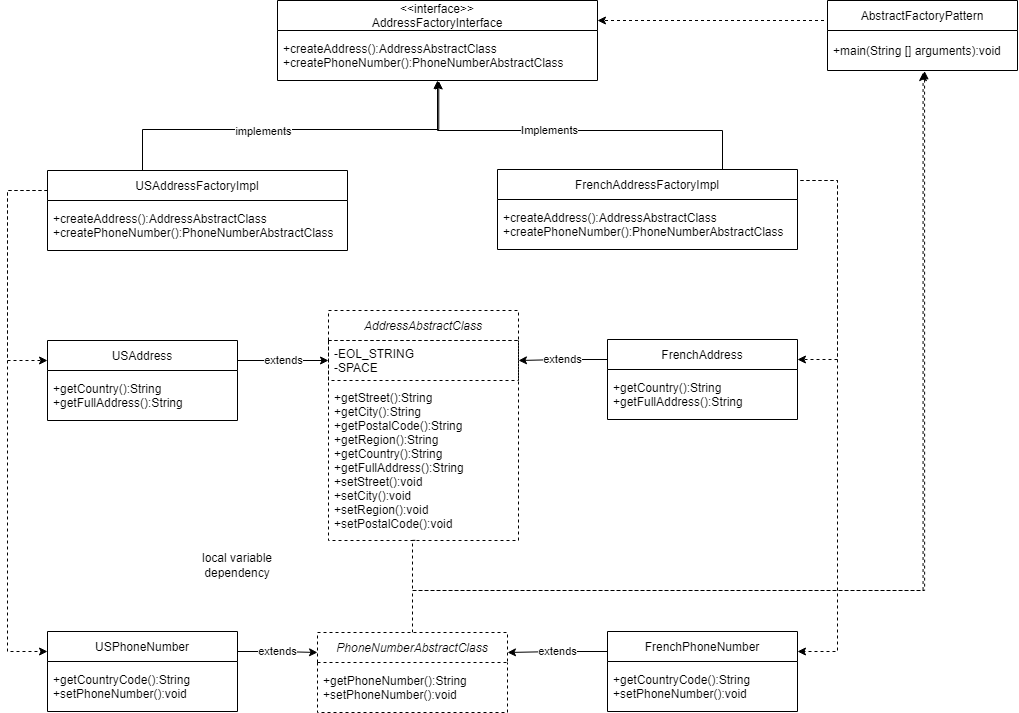
Earlier version of the draw.io export Tut02/Tut02Sect01/Tut02-Sect01-AbstractFactory-ClassDiagram.png (azharraha/2022-MMU-LLD-Tutorials). Source tidied: cells renumbered, new cells last; positions are measured from the earlier drawing's top-left corner, leaving out a move shared by most shapes.
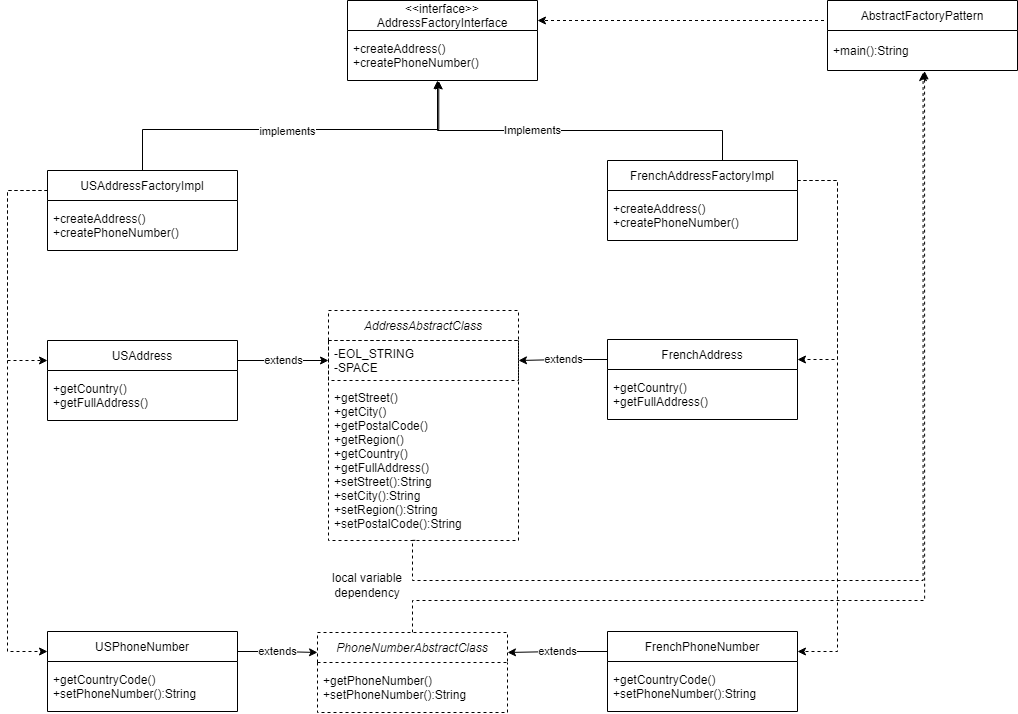
Above is the later version.

What changed in the source:
```diff
@@ -33,10 +33,10 @@
       </mxGeometry>
     </mxCell>
     <mxCell id="6" value="USAddressFactoryImpl" style="swimlane;fontStyle=0;horizontal=1;startSize=30;" parent="1" vertex="1">
-      <mxGeometry x="40" y="170" width="300" height="80" as="geometry" />
+      <mxGeometry x="40" y="170" width="190" height="80" as="geometry" />
     </mxCell>
-    <mxCell id="7" value="+createAddress():AddressAbstractClass&#10;+createPhoneNumber():PhoneNumberAbstractClass" style="text;strokeColor=none;fillColor=none;align=left;verticalAlign=middle;spacingLeft=4;spacingRight=4;overflow=hidden;" parent="6" vertex="1">
-      <mxGeometry y="30" width="300" height="50" as="geometry" />
+    <mxCell id="7" value="+createAddress()&#10;+createPhoneNumber()" style="text;strokeColor=none;fillColor=none;align=left;verticalAlign=middle;spacingLeft=4;spacingRight=4;overflow=hidden;" parent="6" vertex="1">
+      <mxGeometry y="30" width="190" height="50" as="geometry" />
     </mxCell>
     <mxCell id="8" value="extends" style="edgeStyle=orthogonalEdgeStyle;rounded=0;jettySize=auto;html=1;exitX=1;exitY=0.25;exitDx=0;exitDy=0;entryX=0;entryY=0.5;entryDx=0;entryDy=0;" parent="1" edge="1" source="9" target="32">
       <mxGeometry relative="1" as="geometry" />
@@ -44,17 +44,17 @@
     <mxCell id="9" value="USAddress" style="swimlane;fontStyle=0;horizontal=1;startSize=30;" parent="1" vertex="1">
       <mxGeometry x="40" y="340" width="190" height="80" as="geometry" />
     </mxCell>
-    <mxCell id="10" value="+getCountry():String&#10;+getFullAddress():String" style="text;strokeColor=none;fillColor=none;align=left;verticalAlign=middle;spacingLeft=4;spacingRight=4;overflow=hidden;" parent="9" vertex="1">
+    <mxCell id="10" value="+getCountry()&#10;+getFullAddress()" style="text;strokeColor=none;fillColor=none;align=left;verticalAlign=middle;spacingLeft=4;spacingRight=4;overflow=hidden;" parent="9" vertex="1">
       <mxGeometry y="30" width="190" height="50" as="geometry" />
     </mxCell>
     <mxCell id="11" value="local variable dependency" style="text;html=1;strokeColor=none;fillColor=none;align=center;verticalAlign=middle;whiteSpace=wrap;rounded=0;" parent="1" vertex="1">
-      <mxGeometry x="180" y="550" width="100" height="30" as="geometry" />
+      <mxGeometry x="310" y="570" width="100" height="30" as="geometry" />
     </mxCell>
     <mxCell id="12" value="&lt;&lt;interface&gt;&gt;&#10;AddressFactoryInterface" style="swimlane;fontStyle=0;horizontal=1;startSize=30;" parent="1" vertex="1">
-      <mxGeometry x="270" width="320" height="80" as="geometry" />
+      <mxGeometry x="340" width="190" height="80" as="geometry" />
     </mxCell>
-    <mxCell id="13" value="+createAddress():AddressAbstractClass&#10;+createPhoneNumber():PhoneNumberAbstractClass" style="text;strokeColor=none;fillColor=none;align=left;verticalAlign=middle;spacingLeft=4;spacingRight=4;overflow=hidden;" parent="12" vertex="1">
-      <mxGeometry y="30" width="320" height="50" as="geometry" />
+    <mxCell id="13" value="+createAddress()&#10;+createPhoneNumber()" style="text;strokeColor=none;fillColor=none;align=left;verticalAlign=middle;spacingLeft=4;spacingRight=4;overflow=hidden;" parent="12" vertex="1">
+      <mxGeometry y="30" width="190" height="50" as="geometry" />
     </mxCell>
     <mxCell id="14" style="edgeStyle=orthogonalEdgeStyle;rounded=0;jettySize=auto;html=1;exitX=0.5;exitY=0;exitDx=0;exitDy=0;" parent="1" edge="1" source="18">
       <mxGeometry relative="1" as="geometry">
@@ -87,20 +87,20 @@
       </mxGeometry>
     </mxCell>
     <mxCell id="18" value="FrenchAddressFactoryImpl" style="swimlane;fontStyle=0;horizontal=1;startSize=30;" parent="1" vertex="1">
-      <mxGeometry x="490" y="169" width="300" height="80" as="geometry" />
+      <mxGeometry x="600" y="160" width="190" height="80" as="geometry" />
     </mxCell>
-    <mxCell id="19" value="+createAddress():AddressAbstractClass&#10;+createPhoneNumber():PhoneNumberAbstractClass" style="text;strokeColor=none;fillColor=none;align=left;verticalAlign=middle;spacingLeft=4;spacingRight=4;overflow=hidden;" parent="18" vertex="1">
-      <mxGeometry y="30" width="300" height="50" as="geometry" />
-    </mxCell>
+    <mxCell id="40" value="+createAddress()&#10;+createPhoneNumber()" style="text;strokeColor=none;fillColor=none;align=left;verticalAlign=middle;spacingLeft=4;spacingRight=4;overflow=hidden;" parent="18" vertex="1">
+      <mxGeometry y="30" width="190" height="50" as="geometry" />
+    </mxCell>
     <mxCell id="20" value="extends" style="edgeStyle=orthogonalEdgeStyle;rounded=0;jettySize=auto;html=1;exitX=0;exitY=0.25;exitDx=0;exitDy=0;entryX=1;entryY=0.5;entryDx=0;entryDy=0;" parent="1" edge="1" source="21" target="32">
       <mxGeometry relative="1" as="geometry" />
     </mxCell>
     <mxCell id="21" value="FrenchAddress" style="swimlane;fontStyle=0;horizontal=1;startSize=30;" parent="1" vertex="1">
       <mxGeometry x="600" y="339" width="190" height="80" as="geometry" />
     </mxCell>
-    <mxCell id="22" value="+getCountry():String&#10;+getFullAddress():String" style="text;strokeColor=none;fillColor=none;align=left;verticalAlign=middle;spacingLeft=4;spacingRight=4;overflow=hidden;" parent="21" vertex="1">
-      <mxGeometry y="30" width="190" height="50" as="geometry" />
-    </mxCell>
+    <mxCell id="41" value="+getCountry()&#10;+getFullAddress()" style="text;strokeColor=none;fillColor=none;align=left;verticalAlign=middle;spacingLeft=4;spacingRight=4;overflow=hidden;" parent="21" vertex="1">
+      <mxGeometry y="30" width="190" height="50" as="geometry" />
+    </mxCell>
     <mxCell id="23" style="edgeStyle=orthogonalEdgeStyle;rounded=0;jettySize=auto;html=1;exitX=0;exitY=0.25;exitDx=0;exitDy=0;entryX=1;entryY=0.25;entryDx=0;entryDy=0;" parent="1" edge="1" source="25" target="35">
       <mxGeometry relative="1" as="geometry" />
     </mxCell>
@@ -112,24 +112,24 @@
     <mxCell id="25" value="FrenchPhoneNumber" style="swimlane;fontStyle=0;horizontal=1;startSize=30;" parent="1" vertex="1">
       <mxGeometry x="600" y="631" width="190" height="80" as="geometry" />
     </mxCell>
-    <mxCell id="26" value="+getCountryCode():String&#10;+setPhoneNumber():void" style="text;strokeColor=none;fillColor=none;align=left;verticalAlign=middle;spacingLeft=4;spacingRight=4;overflow=hidden;" parent="25" vertex="1">
-      <mxGeometry y="30" width="190" height="50" as="geometry" />
-    </mxCell>
+    <mxCell id="42" value="+getCountryCode()&#10;+setPhoneNumber():String" style="text;strokeColor=none;fillColor=none;align=left;verticalAlign=middle;spacingLeft=4;spacingRight=4;overflow=hidden;" parent="25" vertex="1">
+      <mxGeometry y="30" width="190" height="50" as="geometry" />
+    </mxCell>
     <mxCell id="27" value="extends" style="edgeStyle=orthogonalEdgeStyle;rounded=0;jettySize=auto;html=1;exitX=1;exitY=0.25;exitDx=0;exitDy=0;entryX=0;entryY=0.25;entryDx=0;entryDy=0;" parent="1" edge="1" source="28" target="35">
       <mxGeometry relative="1" as="geometry" />
     </mxCell>
     <mxCell id="28" value="USPhoneNumber" style="swimlane;fontStyle=0;horizontal=1;startSize=30;" parent="1" vertex="1">
       <mxGeometry x="40" y="631" width="190" height="80" as="geometry" />
     </mxCell>
-    <mxCell id="29" value="+getCountryCode():String&#10;+setPhoneNumber():void" style="text;strokeColor=none;fillColor=none;align=left;verticalAlign=middle;spacingLeft=4;spacingRight=4;overflow=hidden;" parent="28" vertex="1">
+    <mxCell id="29" value="+getCountryCode()&#10;+setPhoneNumber():String" style="text;strokeColor=none;fillColor=none;align=left;verticalAlign=middle;spacingLeft=4;spacingRight=4;overflow=hidden;" parent="28" vertex="1">
       <mxGeometry y="30" width="190" height="50" as="geometry" />
     </mxCell>
     <mxCell id="30" style="edgeStyle=orthogonalEdgeStyle;rounded=0;jettySize=auto;html=1;exitX=0.457;exitY=0.999;exitDx=0;exitDy=0;entryX=0.503;entryY=1.052;entryDx=0;entryDy=0;entryPerimeter=0;dashed=1;exitPerimeter=0;" parent="1" edge="1" source="33" target="39">
       <mxGeometry relative="1" as="geometry">
         <Array as="points">
           <mxPoint x="405" y="540" />
-          <mxPoint x="405" y="590" />
-          <mxPoint x="916" y="590" />
+          <mxPoint x="405" y="580" />
+          <mxPoint x="916" y="580" />
         </Array>
       </mxGeometry>
     </mxCell>
@@ -139,21 +139,21 @@
     <mxCell id="32" value="-EOL_STRING&#10;-SPACE" style="text;strokeColor=default;fillColor=none;align=left;verticalAlign=middle;spacingLeft=4;spacingRight=4;overflow=hidden;points=[[0,0.5],[1,0.5]];portConstraint=eastwest;dashed=1;" parent="31" vertex="1">
       <mxGeometry y="30" width="190" height="40" as="geometry" />
     </mxCell>
-    <mxCell id="33" value="+getStreet():String&#10;+getCity():String&#10;+getPostalCode():String&#10;+getRegion():String&#10;+getCountry():String&#10;+getFullAddress():String&#10;+setStreet():void&#10;+setCity():void&#10;+setRegion():void&#10;+setPostalCode():void" style="text;strokeColor=none;fillColor=none;align=left;verticalAlign=middle;spacingLeft=4;spacingRight=4;overflow=hidden;points=[[0,0.5],[1,0.5]];portConstraint=eastwest;" parent="31" vertex="1">
+    <mxCell id="33" value="+getStreet()&#10;+getCity()&#10;+getPostalCode()&#10;+getRegion()&#10;+getCountry()&#10;+getFullAddress()&#10;+setStreet():String&#10;+setCity():String&#10;+setRegion():String&#10;+setPostalCode():String" style="text;strokeColor=none;fillColor=none;align=left;verticalAlign=middle;spacingLeft=4;spacingRight=4;overflow=hidden;points=[[0,0.5],[1,0.5]];portConstraint=eastwest;" parent="31" vertex="1">
       <mxGeometry y="70" width="190" height="160" as="geometry" />
     </mxCell>
     <mxCell id="34" style="edgeStyle=orthogonalEdgeStyle;rounded=0;jettySize=auto;html=1;exitX=0.5;exitY=0;exitDx=0;exitDy=0;entryX=0.511;entryY=1.013;entryDx=0;entryDy=0;entryPerimeter=0;dashed=1;" parent="1" edge="1" source="35" target="39">
       <mxGeometry relative="1" as="geometry">
         <Array as="points">
-          <mxPoint x="405" y="590" />
-          <mxPoint x="917" y="590" />
+          <mxPoint x="405" y="600" />
+          <mxPoint x="917" y="600" />
         </Array>
       </mxGeometry>
     </mxCell>
     <mxCell id="35" value="PhoneNumberAbstractClass" style="swimlane;fontStyle=2;horizontal=1;startSize=30;strokeColor=default;dashed=1;" parent="1" vertex="1">
       <mxGeometry x="310" y="632" width="190" height="80" as="geometry" />
     </mxCell>
-    <mxCell id="36" value="+getPhoneNumber():String&#10;+setPhoneNumber():void" style="text;strokeColor=none;fillColor=none;align=left;verticalAlign=middle;spacingLeft=4;spacingRight=4;overflow=hidden;dashed=1;" parent="35" vertex="1">
+    <mxCell id="36" value="+getPhoneNumber()&#10;+setPhoneNumber():String" style="text;strokeColor=none;fillColor=none;align=left;verticalAlign=middle;spacingLeft=4;spacingRight=4;overflow=hidden;dashed=1;" parent="35" vertex="1">
       <mxGeometry y="30" width="190" height="50" as="geometry" />
     </mxCell>
     <mxCell id="37" style="edgeStyle=orthogonalEdgeStyle;rounded=0;jettySize=auto;html=1;exitX=0;exitY=0.25;exitDx=0;exitDy=0;entryX=1;entryY=0.25;entryDx=0;entryDy=0;dashed=1;" parent="1" edge="1" source="38" target="12">
@@ -166,7 +166,7 @@
     <mxCell id="38" value="AbstractFactoryPattern" style="swimlane;fontStyle=0;horizontal=1;startSize=30;" parent="1" vertex="1">
       <mxGeometry x="820" width="190" height="70" as="geometry" />
     </mxCell>
-    <mxCell id="39" value="+main(String [] arguments):void" style="text;strokeColor=none;fillColor=none;align=left;verticalAlign=middle;spacingLeft=4;spacingRight=4;overflow=hidden;points=[[0,0.5],[1,0.5]];portConstraint=eastwest;" parent="38" vertex="1">
+    <mxCell id="39" value="+main():String" style="text;strokeColor=none;fillColor=none;align=left;verticalAlign=middle;spacingLeft=4;spacingRight=4;overflow=hidden;points=[[0,0.5],[1,0.5]];portConstraint=eastwest;" parent="38" vertex="1">
       <mxGeometry y="30" width="190" height="40" as="geometry" />
     </mxCell>
   </root>
```
